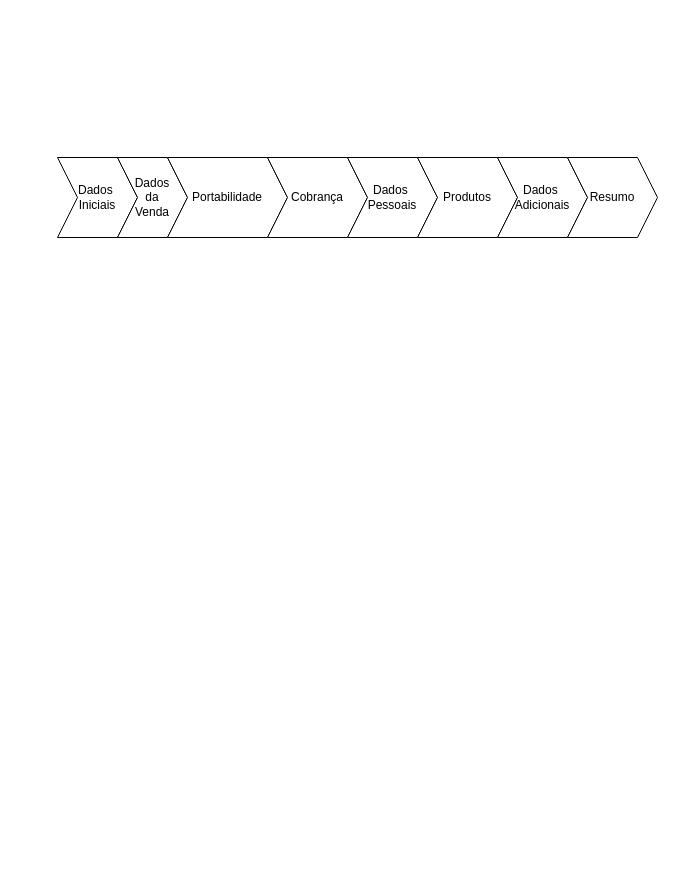
Earlier version of the draw.io diagram Venda CM com chip de DDD diferente do contrato.drawio (samirali/ClaroBrasil). Source tidied: cells renumbered, new cells numbered last; positions are measured from the earlier drawing's top-left corner, leaving out a move shared by most shapes. Both pictures are drawn from the tidied source at 100%, with x=0, y=0 at pixel (57, 157).
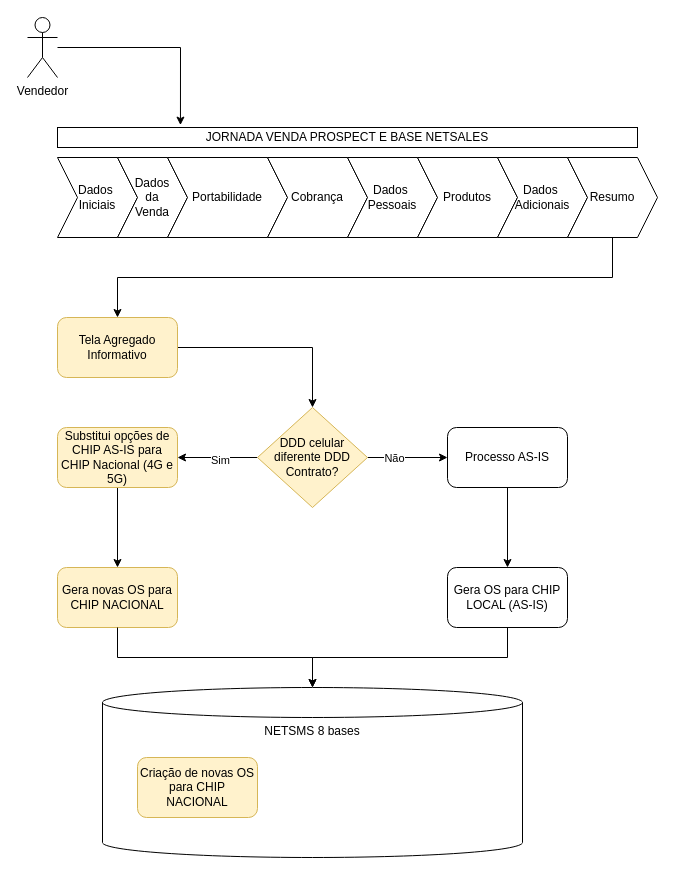
Above is the later version.

The change refers to these unchanged cells:
```xml
<mxCell id="9" value="Resumo" style="shape=step;perimeter=stepPerimeter;whiteSpace=wrap;html=1;fixedSize=1;" parent="1" vertex="1">
  <mxGeometry x="510" width="90" height="80" as="geometry" />
</mxCell>
```

The edit, as a diff of the source:
```diff
@@
+    <mxCell id="10" style="edgeStyle=orthogonalEdgeStyle;rounded=0;jettySize=auto;html=1;" parent="1" edge="1" source="9" target="12">
+      <mxGeometry relative="1" as="geometry">
+        <Array as="points">
+          <mxPoint x="555" y="120" />
+          <mxPoint x="60" y="120" />
+        </Array>
+      </mxGeometry>
+    </mxCell>
@@
+    <mxCell id="11" style="edgeStyle=orthogonalEdgeStyle;rounded=0;jettySize=auto;html=1;entryX=0.5;entryY=0;entryDx=0;entryDy=0;" parent="1" edge="1" source="12" target="17">
+      <mxGeometry relative="1" as="geometry" />
+    </mxCell>
+    <mxCell id="12" value="Tela Agregado Informativo" style="rounded=1;whiteSpace=wrap;html=1;fillColor=#fff2cc;strokeColor=#d6b656;" parent="1" vertex="1">
+      <mxGeometry y="160" width="120" height="60" as="geometry" />
+    </mxCell>
+    <mxCell id="13" style="edgeStyle=orthogonalEdgeStyle;rounded=0;jettySize=auto;html=1;" parent="1" edge="1" source="17" target="19">
+      <mxGeometry relative="1" as="geometry" />
+    </mxCell>
+    <mxCell id="14" value="Não" style="edgeLabel;html=1;align=center;verticalAlign=middle;" parent="13" vertex="1">
+      <mxGeometry x="-0.49" y="-4" relative="1" as="geometry">
+        <mxPoint x="6" y="-4" as="offset" />
+      </mxGeometry>
+    </mxCell>
+    <mxCell id="15" style="edgeStyle=orthogonalEdgeStyle;rounded=0;jettySize=auto;html=1;" parent="1" edge="1" source="17" target="21">
+      <mxGeometry relative="1" as="geometry" />
+    </mxCell>
+    <mxCell id="16" value="Sim" style="edgeLabel;html=1;align=center;verticalAlign=middle;" parent="15" vertex="1">
+      <mxGeometry x="-0.04" y="2" relative="1" as="geometry" />
+    </mxCell>
+    <mxCell id="17" value="DDD celular diferente DDD Contrato?" style="rhombus;whiteSpace=wrap;html=1;fillColor=#fff2cc;strokeColor=#d6b656;" parent="1" vertex="1">
+      <mxGeometry x="200" y="250" width="110" height="100" as="geometry" />
+    </mxCell>
+    <mxCell id="18" style="edgeStyle=orthogonalEdgeStyle;rounded=0;jettySize=auto;html=1;" parent="1" edge="1" source="19" target="23">
+      <mxGeometry relative="1" as="geometry" />
+    </mxCell>
+    <mxCell id="19" value="Processo AS-IS" style="rounded=1;whiteSpace=wrap;html=1;" parent="1" vertex="1">
+      <mxGeometry x="390" y="270" width="120" height="60" as="geometry" />
+    </mxCell>
+    <mxCell id="20" style="edgeStyle=orthogonalEdgeStyle;rounded=0;jettySize=auto;html=1;" parent="1" edge="1" source="21" target="24">
+      <mxGeometry relative="1" as="geometry" />
+    </mxCell>
+    <mxCell id="21" value="Substitui opções de CHIP AS-IS para CHIP Nacional (4G e 5G)" style="rounded=1;whiteSpace=wrap;html=1;fillColor=#fff2cc;strokeColor=#d6b656;" parent="1" vertex="1">
+      <mxGeometry y="270" width="120" height="60" as="geometry" />
+    </mxCell>
+    <mxCell id="22" style="edgeStyle=orthogonalEdgeStyle;rounded=0;jettySize=auto;html=1;" parent="1" edge="1" source="23" target="25">
+      <mxGeometry relative="1" as="geometry" />
+    </mxCell>
+    <mxCell id="23" value="Gera OS para CHIP LOCAL (AS-IS)" style="whiteSpace=wrap;html=1;rounded=1;" parent="1" vertex="1">
+      <mxGeometry x="390" y="410" width="120" height="60" as="geometry" />
+    </mxCell>
+    <mxCell id="24" value="Gera novas OS para CHIP NACIONAL" style="rounded=1;whiteSpace=wrap;html=1;fillColor=#fff2cc;strokeColor=#d6b656;" parent="1" vertex="1">
+      <mxGeometry y="410" width="120" height="60" as="geometry" />
+    </mxCell>
+    <mxCell id="25" value="NETSMS 8 bases" style="shape=cylinder3;whiteSpace=wrap;html=1;boundedLbl=1;backgroundOutline=1;size=15;verticalAlign=top;" parent="1" vertex="1">
+      <mxGeometry x="45" y="530" width="420" height="170" as="geometry" />
+    </mxCell>
+    <mxCell id="26" style="edgeStyle=orthogonalEdgeStyle;rounded=0;jettySize=auto;html=1;entryX=0.5;entryY=0;entryDx=0;entryDy=0;entryPerimeter=0;" parent="1" edge="1" source="24" target="25">
+      <mxGeometry relative="1" as="geometry" />
+    </mxCell>
+    <mxCell id="27" value="Vendedor" style="shape=umlActor;verticalLabelPosition=bottom;verticalAlign=top;html=1;outlineConnect=0;" parent="1" vertex="1">
+      <mxGeometry x="-30" y="-140" width="30" height="60" as="geometry" />
+    </mxCell>
+    <mxCell id="28" value="JORNADA VENDA PROSPECT E BASE NETSALES" style="rounded=0;whiteSpace=wrap;html=1;" parent="1" vertex="1">
+      <mxGeometry y="-30" width="580" height="20" as="geometry" />
+    </mxCell>
+    <mxCell id="29" style="edgeStyle=orthogonalEdgeStyle;rounded=0;jettySize=auto;html=1;entryX=0.212;entryY=-0.12;entryDx=0;entryDy=0;entryPerimeter=0;" parent="1" edge="1" source="27" target="28">
+      <mxGeometry relative="1" as="geometry">
+        <Array as="points">
+          <mxPoint x="123" y="-110" />
+        </Array>
+      </mxGeometry>
+    </mxCell>
+    <mxCell id="30" value="Criação de novas OS para CHIP NACIONAL" style="rounded=1;whiteSpace=wrap;html=1;fillColor=#fff2cc;strokeColor=#d6b656;" parent="1" vertex="1">
+      <mxGeometry x="80" y="600" width="120" height="60" as="geometry" />
+    </mxCell>
```
